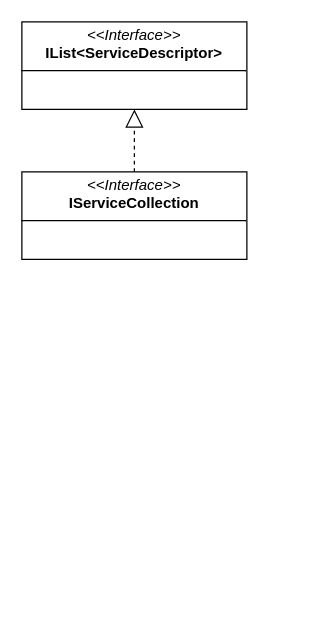
Before: page "DI" (5 of 5) of .Net/Диаграмма без названия.drawio in KondyubaBA/Foundation, a draw.io diagram. Source tidied: cells renumbered, new cells numbered last; positions are measured from the earlier drawing's top-left corner, leaving out a move shared by most shapes. Both pictures are drawn from the tidied source at 125%, with x=0, y=0 at pixel (21, 21).
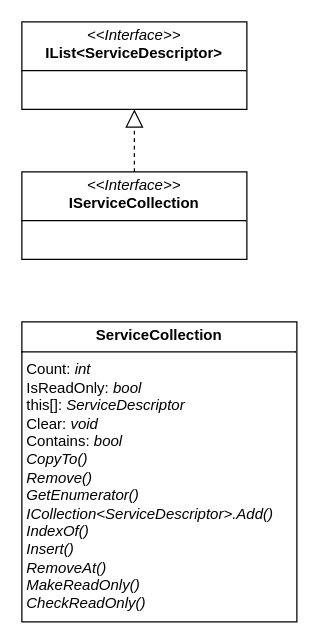
Above is the later version.

Change to the diagram source:
```diff
@@
 <mxGraphModel>
   <root>
     <mxCell id="0" />
     <mxCell id="1" parent="0" />
     <mxCell id="2" value="&lt;p style=&quot;margin:0px;margin-top:4px;text-align:center;&quot;&gt;&lt;i&gt;&amp;lt;&amp;lt;Interface&amp;gt;&amp;gt;&lt;/i&gt;&lt;br&gt;&lt;span style=&quot;background-color: initial; text-align: left;&quot;&gt;&lt;b&gt;IServiceCollection&lt;/b&gt;&lt;/span&gt;&lt;/p&gt;&lt;hr size=&quot;1&quot; style=&quot;border-style:solid;&quot;&gt;&lt;p style=&quot;margin:0px;margin-left:4px;&quot;&gt;&lt;br&gt;&lt;/p&gt;&lt;p style=&quot;margin:0px;margin-left:4px;&quot;&gt;&lt;span style=&quot;background-color: initial;&quot;&gt;&lt;br&gt;&lt;/span&gt;&lt;/p&gt;" style="verticalAlign=top;align=left;overflow=fill;html=1;whiteSpace=wrap;" parent="1" vertex="1">
       <mxGeometry y="120" width="180" height="70" as="geometry" />
     </mxCell>
     <mxCell id="3" value="&lt;p style=&quot;margin:0px;margin-top:4px;text-align:center;&quot;&gt;&lt;i&gt;&amp;lt;&amp;lt;Interface&amp;gt;&amp;gt;&lt;/i&gt;&lt;br&gt;&lt;span style=&quot;background-color: initial; text-align: left;&quot;&gt;&lt;b&gt;IList&amp;lt;ServiceDescriptor&amp;gt;&lt;/b&gt;&lt;/span&gt;&lt;/p&gt;&lt;hr size=&quot;1&quot; style=&quot;border-style:solid;&quot;&gt;&lt;p style=&quot;margin:0px;margin-left:4px;&quot;&gt;&lt;br&gt;&lt;/p&gt;&lt;p style=&quot;margin:0px;margin-left:4px;&quot;&gt;&lt;span style=&quot;background-color: initial;&quot;&gt;&lt;br&gt;&lt;/span&gt;&lt;/p&gt;" style="verticalAlign=top;align=left;overflow=fill;html=1;whiteSpace=wrap;" parent="1" vertex="1">
       <mxGeometry width="180" height="70" as="geometry" />
     </mxCell>
     <mxCell id="4" style="endArrow=block;dashed=1;endFill=0;endSize=12;html=1;rounded=0;entryX=0.5;entryY=1;entryDx=0;entryDy=0;exitX=0.5;exitY=0;exitDx=0;exitDy=0;" parent="1" edge="1" source="2" target="3">
       <mxGeometry relative="1" as="geometry" />
     </mxCell>
+    <mxCell id="5" value="&lt;p style=&quot;margin:0px;margin-top:4px;text-align:center;&quot;&gt;&lt;span style=&quot;background-color: initial; text-align: left;&quot;&gt;&lt;b&gt;ServiceCollection&lt;/b&gt;&lt;/span&gt;&lt;/p&gt;&lt;hr size=&quot;1&quot; style=&quot;border-style:solid;&quot;&gt;&lt;p style=&quot;margin:0px;margin-left:4px;&quot;&gt;Count: &lt;i&gt;int&lt;/i&gt;&lt;br&gt;&lt;/p&gt;&lt;p style=&quot;margin:0px;margin-left:4px;&quot;&gt;IsReadOnly: &lt;i&gt;bool&lt;/i&gt;&lt;br&gt;&lt;/p&gt;&lt;p style=&quot;margin:0px;margin-left:4px;&quot;&gt;&lt;span style=&quot;background-color: initial;&quot;&gt;this[]:&amp;nbsp;&lt;/span&gt;&lt;span style=&quot;background-color: initial;&quot;&gt;&lt;i&gt;ServiceDescriptor&lt;/i&gt;&lt;/span&gt;&lt;span style=&quot;background-color: initial;&quot;&gt;&lt;br&gt;&lt;/span&gt;&lt;/p&gt;&lt;p style=&quot;margin:0px;margin-left:4px;&quot;&gt;&lt;span style=&quot;background-color: initial;&quot;&gt;Clear: &lt;i&gt;void&lt;/i&gt;&lt;br&gt;&lt;/span&gt;&lt;/p&gt;&lt;p style=&quot;margin:0px;margin-left:4px;&quot;&gt;&lt;span style=&quot;background-color: initial;&quot;&gt;Contains:&amp;nbsp;&lt;/span&gt;&lt;span style=&quot;background-color: initial;&quot;&gt;&lt;i&gt;bool&lt;/i&gt;&lt;/span&gt;&lt;span style=&quot;background-color: initial;&quot;&gt;&lt;br&gt;&lt;/span&gt;&lt;/p&gt;&lt;p style=&quot;margin:0px;margin-left:4px;&quot;&gt;&lt;span style=&quot;background-color: initial;&quot;&gt;&lt;i&gt;CopyTo()&lt;br&gt;&lt;/i&gt;&lt;/span&gt;&lt;/p&gt;&lt;p style=&quot;margin:0px;margin-left:4px;&quot;&gt;&lt;span style=&quot;background-color: initial;&quot;&gt;&lt;i&gt;Remove()&lt;br&gt;&lt;/i&gt;&lt;/span&gt;&lt;/p&gt;&lt;p style=&quot;margin:0px;margin-left:4px;&quot;&gt;&lt;span style=&quot;background-color: initial;&quot;&gt;&lt;i&gt;GetEnumerator()&lt;br&gt;&lt;/i&gt;&lt;/span&gt;&lt;/p&gt;&lt;p style=&quot;margin:0px;margin-left:4px;&quot;&gt;&lt;span style=&quot;background-color: initial;&quot;&gt;&lt;i&gt;ICollection&amp;lt;ServiceDescriptor&amp;gt;.Add()&lt;br&gt;&lt;/i&gt;&lt;/span&gt;&lt;/p&gt;&lt;p style=&quot;margin:0px;margin-left:4px;&quot;&gt;&lt;span style=&quot;background-color: initial;&quot;&gt;&lt;i&gt;IndexOf()&lt;br&gt;&lt;/i&gt;&lt;/span&gt;&lt;/p&gt;&lt;p style=&quot;margin:0px;margin-left:4px;&quot;&gt;&lt;span style=&quot;background-color: initial;&quot;&gt;&lt;i&gt;Insert()&lt;br&gt;&lt;/i&gt;&lt;/span&gt;&lt;/p&gt;&lt;p style=&quot;margin:0px;margin-left:4px;&quot;&gt;&lt;span style=&quot;background-color: initial;&quot;&gt;&lt;i&gt;RemoveAt()&lt;br&gt;&lt;/i&gt;&lt;/span&gt;&lt;/p&gt;&lt;p style=&quot;margin:0px;margin-left:4px;&quot;&gt;&lt;span style=&quot;background-color: initial;&quot;&gt;&lt;i&gt;MakeReadOnly()&lt;br&gt;&lt;/i&gt;&lt;/span&gt;&lt;/p&gt;&lt;p style=&quot;margin:0px;margin-left:4px;&quot;&gt;&lt;span style=&quot;background-color: initial;&quot;&gt;&lt;i&gt;CheckReadOnly()&lt;br&gt;&lt;/i&gt;&lt;/span&gt;&lt;/p&gt;&lt;p style=&quot;margin:0px;margin-left:4px;&quot;&gt;&lt;span style=&quot;background-color: initial;&quot;&gt;&lt;i&gt;&lt;br&gt;&lt;/i&gt;&lt;/span&gt;&lt;/p&gt;&lt;p style=&quot;margin:0px;margin-left:4px;&quot;&gt;&lt;span style=&quot;background-color: initial;&quot;&gt;&lt;i&gt;&lt;br&gt;&lt;/i&gt;&lt;/span&gt;&lt;/p&gt;&lt;p style=&quot;margin:0px;margin-left:4px;&quot;&gt;&lt;span style=&quot;background-color: initial;&quot;&gt;&lt;i&gt;&lt;br&gt;&lt;/i&gt;&lt;/span&gt;&lt;/p&gt;&lt;p style=&quot;margin:0px;margin-left:4px;&quot;&gt;&lt;span style=&quot;background-color: initial;&quot;&gt;&lt;i&gt;&lt;br&gt;&lt;/i&gt;&lt;/span&gt;&lt;/p&gt;&lt;p style=&quot;margin:0px;margin-left:4px;&quot;&gt;&lt;span style=&quot;background-color: initial;&quot;&gt;&lt;i&gt;&lt;br&gt;&lt;/i&gt;&lt;/span&gt;&lt;/p&gt;" style="verticalAlign=top;align=left;overflow=fill;html=1;whiteSpace=wrap;" parent="1" vertex="1">
+      <mxGeometry y="240" width="220" height="240" as="geometry" />
+    </mxCell>
   </root>
 </mxGraphModel>
```
